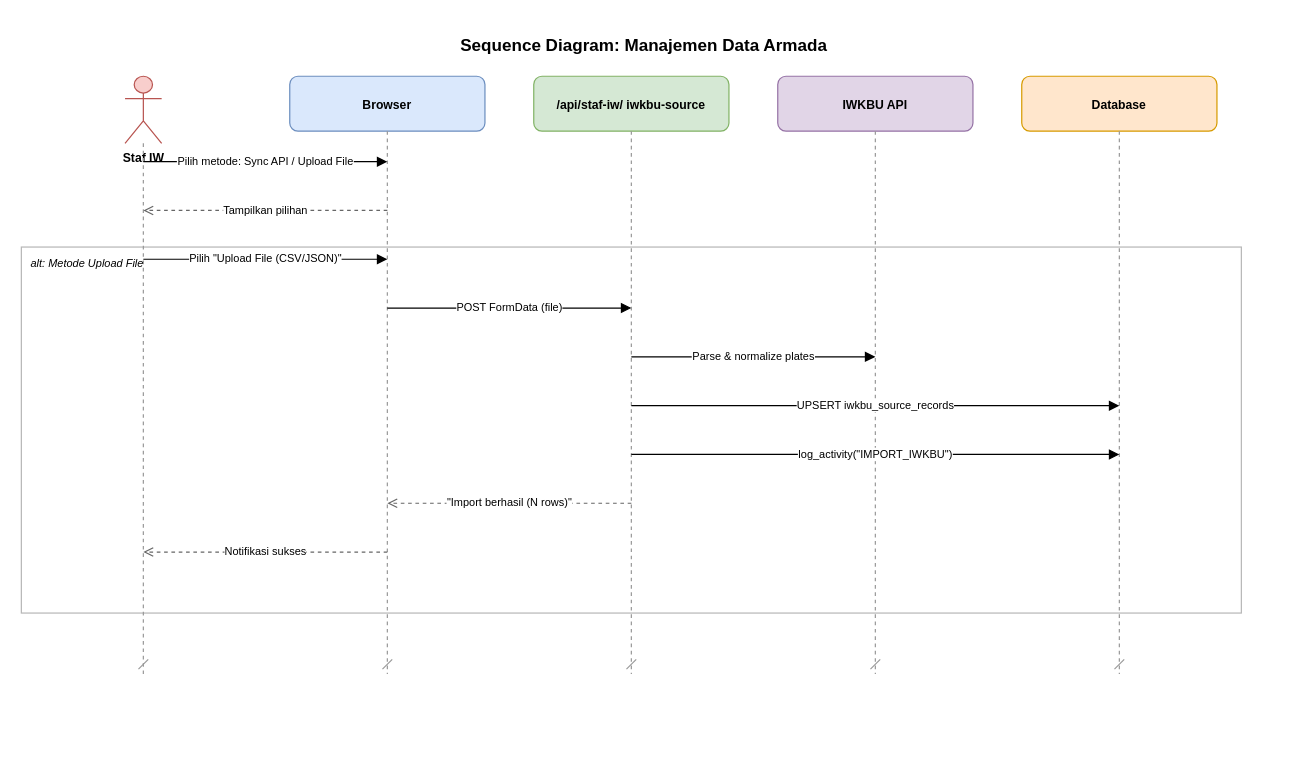
Above: docs/diagrams/sequence/15-sq-manajemen-data-armada.drawio in RyanGLoomy/terminal-iwkbu (draw.io), before the change. Source tidied: cells renumbered, new cells numbered last; positions are measured from the earlier drawing's top-left corner, leaving out a move shared by most shapes. Both pictures are drawn from the tidied source at 122%, with x=0, y=0 at pixel (21, 27).
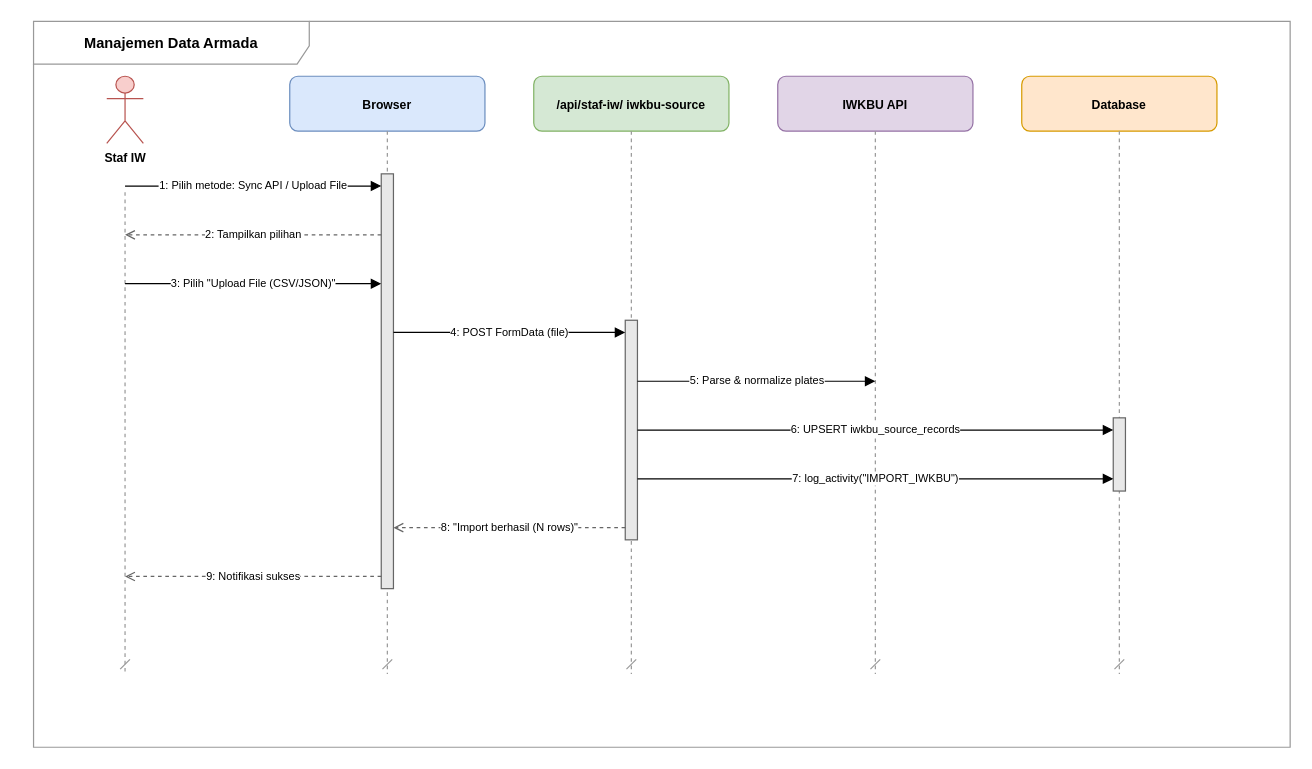
The same page after the edit.

Diff of the diagram source:
```diff
@@
-    <mxCell id="2" value="Sequence Diagram: Manajemen Data Armada" style="text;html=1;align=center;verticalAlign=middle;fontSize=14;fontStyle=1;strokeColor=none;fillColor=none;" parent="1" vertex="1">
-      <mxGeometry x="40" width="940" height="30" as="geometry" />
-    </mxCell>
+    <mxCell id="23" value="Manajemen Data Armada" style="shape=umlFrame;whiteSpace=wrap;html=1;fillColor=none;strokeColor=#999999;fontSize=12;fontStyle=1;lightOpacity=50;tabWidth=226;tabHeight=22;width=226;height=35;" parent="1" vertex="1">
+      <mxGeometry x="10" y="-5" width="1030" height="595" as="geometry" />
+    </mxCell>
     <mxCell id="3" value="Staf IW" style="shape=umlActor;verticalLabelPosition=bottom;verticalAlign=top;html=1;fillColor=#f8cecc;strokeColor=#b85450;fontStyle=1;fontSize=10;" parent="1" vertex="1">
-      <mxGeometry x="85" y="40" width="30" height="55" as="geometry" />
+      <mxGeometry x="70" y="40" width="30" height="55" as="geometry" />
     </mxCell>
     <mxCell id="4" style="endArrow=dash;dashed=1;html=1;strokeWidth=1;strokeColor=#999999;" parent="1" edge="1">
       <mxGeometry relative="1" as="geometry">
-        <mxPoint x="100" y="95" as="sourcePoint" />
-        <mxPoint x="100" y="530" as="targetPoint" />
+        <mxPoint x="85" y="135" as="sourcePoint" />
+        <mxPoint x="85" y="530" as="targetPoint" />
       </mxGeometry>
     </mxCell>
@@
-    <mxCell id="13" value="alt: Metode Upload File" style="rounded=0;whiteSpace=wrap;html=1;fillColor=none;strokeColor=#999999;dashed=0;verticalAlign=top;align=left;spacingTop=2;spacingLeft=6;fontSize=9;fontStyle=2;opacity=70;" parent="1" vertex="1">
-      <mxGeometry y="180" width="1000" height="300" as="geometry" />
-    </mxCell>
+    <mxCell id="24" style="rounded=0;whiteSpace=wrap;html=1;fillColor=#e8e8e8;strokeColor=#666666;strokeWidth=1;" parent="1" vertex="1">
+      <mxGeometry x="295" y="120" width="10" height="340" as="geometry" />
+    </mxCell>
+    <mxCell id="25" style="rounded=0;whiteSpace=wrap;html=1;fillColor=#e8e8e8;strokeColor=#666666;strokeWidth=1;" parent="1" vertex="1">
+      <mxGeometry x="495" y="240" width="10" height="180" as="geometry" />
+    </mxCell>
+    <mxCell id="26" style="rounded=0;whiteSpace=wrap;html=1;fillColor=#e8e8e8;strokeColor=#666666;strokeWidth=1;" parent="1" vertex="1">
+      <mxGeometry x="895" y="320" width="10" height="60" as="geometry" />
+    </mxCell>
-    <mxCell id="14" value="Pilih metode: Sync API / Upload File" style="endArrow=block;endFill=1;html=1;fontSize=9;" parent="1" edge="1">
+    <mxCell id="14" value="1: Pilih metode: Sync API / Upload File" style="endArrow=block;endFill=1;html=1;fontSize=9;" parent="1" edge="1">
       <mxGeometry relative="1" as="geometry">
-        <mxPoint x="100" y="110" as="sourcePoint" />
-        <mxPoint x="300" y="110" as="targetPoint" />
+        <mxPoint x="85" y="130" as="sourcePoint" />
+        <mxPoint x="295" y="130" as="targetPoint" />
       </mxGeometry>
     </mxCell>
-    <mxCell id="15" value="Tampilkan pilihan" style="endArrow=open;endFill=0;dashed=1;html=1;fontSize=9;strokeColor=#666666;" parent="1" edge="1">
+    <mxCell id="15" value="2: Tampilkan pilihan" style="endArrow=open;endFill=0;dashed=1;html=1;fontSize=9;strokeColor=#666666;" parent="1" edge="1">
       <mxGeometry relative="1" as="geometry">
-        <mxPoint x="300" y="150" as="sourcePoint" />
-        <mxPoint x="100" y="150" as="targetPoint" />
+        <mxPoint x="295" y="170" as="sourcePoint" />
+        <mxPoint x="85" y="170" as="targetPoint" />
       </mxGeometry>
     </mxCell>
-    <mxCell id="16" value="Pilih &quot;Upload File (CSV/JSON)&quot;" style="endArrow=block;endFill=1;html=1;fontSize=9;" parent="1" edge="1">
+    <mxCell id="16" value="3: Pilih &quot;Upload File (CSV/JSON)&quot;" style="endArrow=block;endFill=1;html=1;fontSize=9;" parent="1" edge="1">
       <mxGeometry relative="1" as="geometry">
-        <mxPoint x="100" y="190" as="sourcePoint" />
-        <mxPoint x="300" y="190" as="targetPoint" />
+        <mxPoint x="85" y="210" as="sourcePoint" />
+        <mxPoint x="295" y="210" as="targetPoint" />
       </mxGeometry>
     </mxCell>
-    <mxCell id="17" value="POST FormData (file)" style="endArrow=block;endFill=1;html=1;fontSize=9;" parent="1" edge="1">
+    <mxCell id="17" value="4: POST FormData (file)" style="endArrow=block;endFill=1;html=1;fontSize=9;" parent="1" edge="1">
       <mxGeometry relative="1" as="geometry">
-        <mxPoint x="300" y="230" as="sourcePoint" />
-        <mxPoint x="500" y="230" as="targetPoint" />
+        <mxPoint x="305" y="250" as="sourcePoint" />
+        <mxPoint x="495" y="250" as="targetPoint" />
       </mxGeometry>
     </mxCell>
-    <mxCell id="18" value="Parse &amp; normalize plates" style="endArrow=block;endFill=1;html=1;fontSize=9;" parent="1" edge="1">
+    <mxCell id="18" value="5: Parse &amp; normalize plates" style="endArrow=block;endFill=1;html=1;fontSize=9;" parent="1" edge="1">
       <mxGeometry relative="1" as="geometry">
-        <mxPoint x="500" y="270" as="sourcePoint" />
-        <mxPoint x="700" y="270" as="targetPoint" />
+        <mxPoint x="505" y="290" as="sourcePoint" />
+        <mxPoint x="700" y="290" as="targetPoint" />
       </mxGeometry>
     </mxCell>
-    <mxCell id="19" value="UPSERT iwkbu_source_records" style="endArrow=block;endFill=1;html=1;fontSize=9;" parent="1" edge="1">
+    <mxCell id="19" value="6: UPSERT iwkbu_source_records" style="endArrow=block;endFill=1;html=1;fontSize=9;" parent="1" edge="1">
       <mxGeometry relative="1" as="geometry">
-        <mxPoint x="500" y="310" as="sourcePoint" />
-        <mxPoint x="900" y="310" as="targetPoint" />
+        <mxPoint x="505" y="330" as="sourcePoint" />
+        <mxPoint x="895" y="330" as="targetPoint" />
       </mxGeometry>
     </mxCell>
-    <mxCell id="20" value="log_activity(&quot;IMPORT_IWKBU&quot;)" style="endArrow=block;endFill=1;html=1;fontSize=9;" parent="1" edge="1">
+    <mxCell id="20" value="7: log_activity(&quot;IMPORT_IWKBU&quot;)" style="endArrow=block;endFill=1;html=1;fontSize=9;" parent="1" edge="1">
       <mxGeometry relative="1" as="geometry">
-        <mxPoint x="500" y="350" as="sourcePoint" />
-        <mxPoint x="900" y="350" as="targetPoint" />
+        <mxPoint x="505" y="370" as="sourcePoint" />
+        <mxPoint x="895" y="370" as="targetPoint" />
       </mxGeometry>
     </mxCell>
-    <mxCell id="21" value="&quot;Import berhasil (N rows)&quot;" style="endArrow=open;endFill=0;dashed=1;html=1;fontSize=9;strokeColor=#666666;" parent="1" edge="1">
+    <mxCell id="21" value="8: &quot;Import berhasil (N rows)&quot;" style="endArrow=open;endFill=0;dashed=1;html=1;fontSize=9;strokeColor=#666666;" parent="1" edge="1">
       <mxGeometry relative="1" as="geometry">
-        <mxPoint x="500" y="390" as="sourcePoint" />
-        <mxPoint x="300" y="390" as="targetPoint" />
+        <mxPoint x="495" y="410" as="sourcePoint" />
+        <mxPoint x="305" y="410" as="targetPoint" />
       </mxGeometry>
     </mxCell>
-    <mxCell id="22" value="Notifikasi sukses" style="endArrow=open;endFill=0;dashed=1;html=1;fontSize=9;strokeColor=#666666;" parent="1" edge="1">
+    <mxCell id="22" value="9: Notifikasi sukses" style="endArrow=open;endFill=0;dashed=1;html=1;fontSize=9;strokeColor=#666666;" parent="1" edge="1">
       <mxGeometry relative="1" as="geometry">
-        <mxPoint x="300" y="430" as="sourcePoint" />
-        <mxPoint x="100" y="430" as="targetPoint" />
+        <mxPoint x="295" y="450" as="sourcePoint" />
+        <mxPoint x="85" y="450" as="targetPoint" />
       </mxGeometry>
     </mxCell>
```
